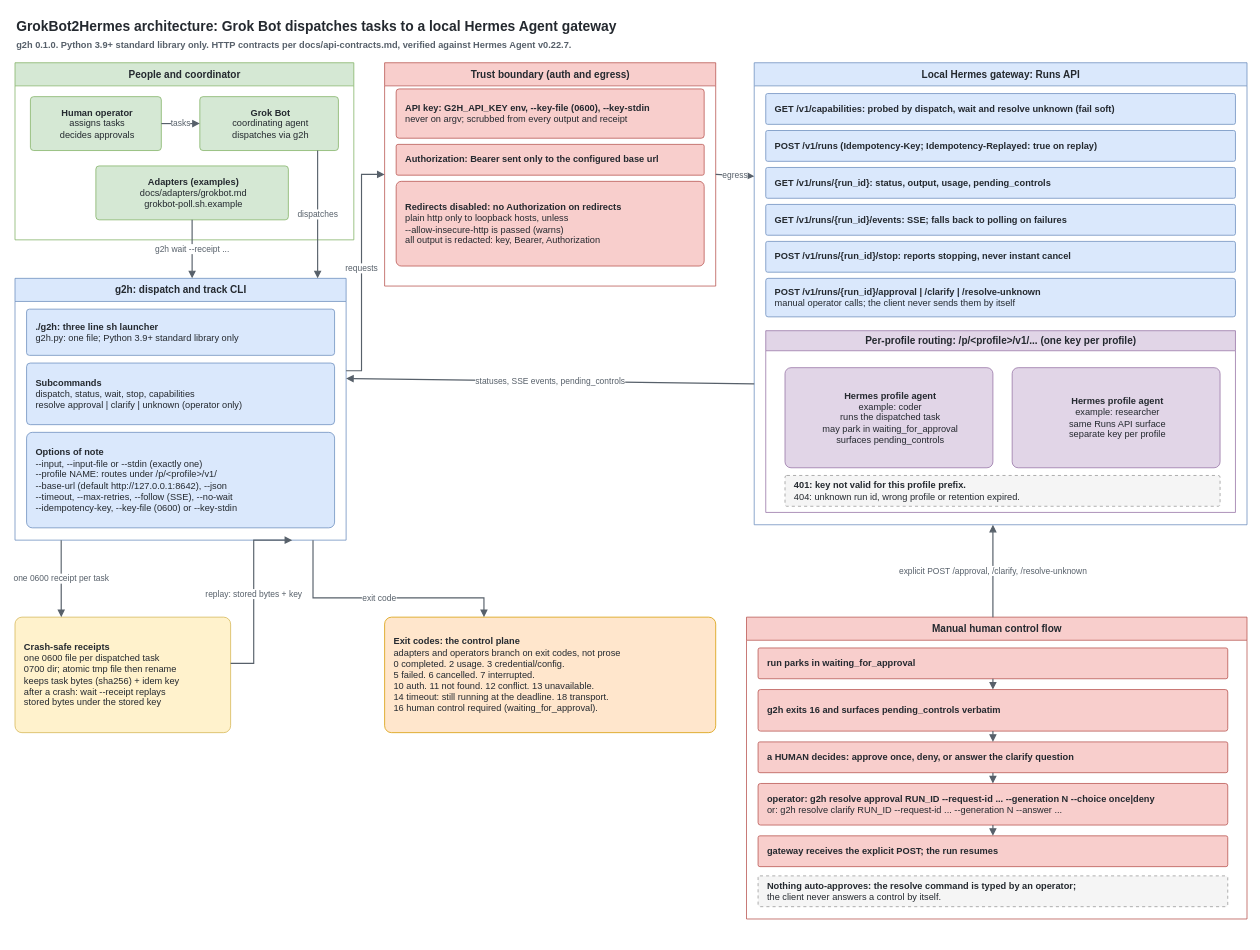
dziduchm/grokbot2hermes keeps this draw.io diagram as docs/architecture/grokbot2hermes.drawio. Above is the earlier version. Source tidied: cells renumbered, new cells numbered last; positions are measured from the earlier drawing's top-left corner, leaving out a move shared by most shapes. Both pictures are drawn from the tidied source at 77%, with x=0, y=0 at pixel (15, 13).
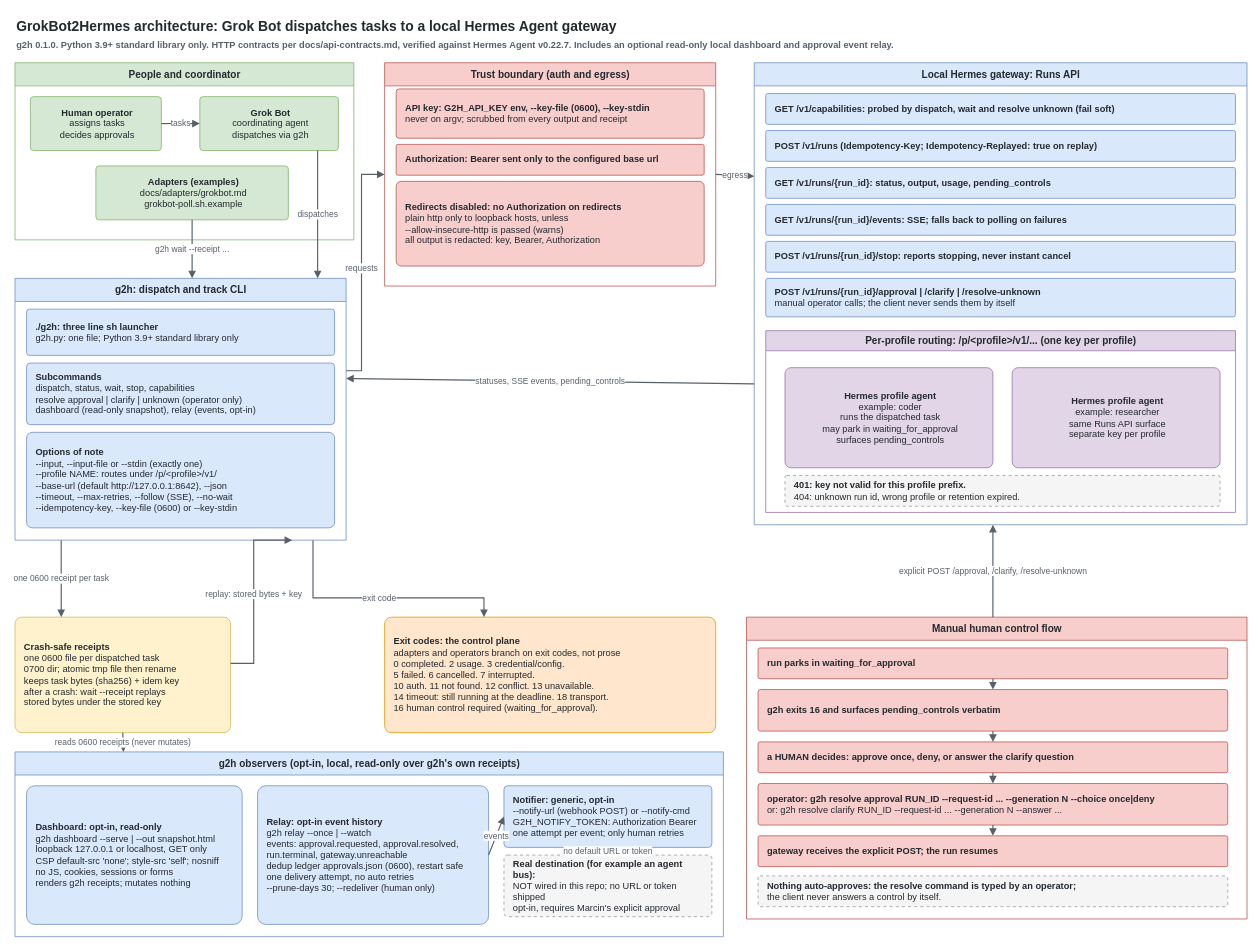
After the change.

Commit message (it also covers changes not shown here):
docs: dashboard, relay, ledger and notifier contracts; diagrams updated

The change refers to these unchanged cells:
```xml
<mxCell id="4" value="g2h: dispatch and track CLI" style="swimlane;html=1;startSize=30;fillColor=#dae8fc;swimlaneFillColor=#ffffff;strokeColor=#6c8ebf;fontColor=#24292f;fontSize=13;fontStyle=1;align=center;rounded=0;shadow=0;" parent="1" vertex="1">
  <mxGeometry y="344" width="430" height="340" as="geometry" />
</mxCell>
<mxCell id="27" value="&lt;b&gt;Crash-safe receipts&lt;/b&gt;&lt;br&gt;one 0600 file per dispatched task&lt;br&gt;0700 dir; atomic tmp file then rename&lt;br&gt;keeps task bytes (sha256) + idem key&lt;br&gt;after a crash: wait --receipt replays&lt;br&gt;stored bytes under the stored key" style="rounded=1;arcSize=6;html=1;whiteSpace=wrap;fillColor=#fff2cc;strokeColor=#d6b656;fontColor=#24292f;fontSize=12;align=left;verticalAlign=middle;spacingLeft=10;spacingRight=6;spacing=2;shadow=0;" parent="1" vertex="1">
  <mxGeometry y="784" width="280" height="150" as="geometry" />
</mxCell>
```

Change to the diagram source:
```diff
@@
-    <mxCell id="2" value="&lt;b&gt;GrokBot2Hermes architecture: Grok Bot dispatches tasks to a local Hermes Agent gateway&lt;/b&gt;&lt;br&gt;&lt;span style='font-size:12px;color:#57606a;'&gt;g2h 0.1.0. Python 3.9+ standard library only. HTTP contracts per docs/api-contracts.md, verified against Hermes Agent v0.22.7.&lt;/span&gt;" style="text;html=1;strokeColor=none;fillColor=none;align=left;verticalAlign=middle;fontColor=#24292f;fontSize=18;fontStyle=1;spacingLeft=0;" parent="1" vertex="1">
+    <mxCell id="2" value="&lt;b&gt;GrokBot2Hermes architecture: Grok Bot dispatches tasks to a local Hermes Agent gateway&lt;/b&gt;&lt;br&gt;&lt;span style='font-size:12px;color:#57606a;'&gt;g2h 0.1.0. Python 3.9+ standard library only. HTTP contracts per docs/api-contracts.md, verified against Hermes Agent v0.22.7. Includes an optional read-only local dashboard and approval event relay.&lt;/span&gt;" style="text;html=1;strokeColor=none;fillColor=none;align=left;verticalAlign=middle;fontColor=#24292f;fontSize=18;fontStyle=1;spacingLeft=0;" parent="1" vertex="1">
       <mxGeometry width="1240" height="56" as="geometry" />
     </mxCell>
@@
+    <mxCell id="49" value="g2h observers (opt-in, local, read-only over g2h's own receipts)" style="swimlane;html=1;startSize=30;fillColor=#dae8fc;swimlaneFillColor=#ffffff;strokeColor=#6c8ebf;fontColor=#24292f;fontSize=13;fontStyle=1;align=center;rounded=0;shadow=0;" parent="1" vertex="1">
+      <mxGeometry y="959" width="920" height="240" as="geometry" />
+    </mxCell>
@@
-    <mxCell id="13" value="&lt;b&gt;Subcommands&lt;/b&gt;&lt;br&gt;dispatch, status, wait, stop, capabilities&lt;br&gt;resolve approval | clarify | unknown (operator only)" style="rounded=1;arcSize=6;html=1;whiteSpace=wrap;fillColor=#dae8fc;strokeColor=#6c8ebf;fontColor=#24292f;fontSize=12;align=left;verticalAlign=middle;spacingLeft=10;spacingRight=6;spacing=2;shadow=0;" parent="4" vertex="1">
+    <mxCell id="13" value="&lt;b&gt;Subcommands&lt;/b&gt;&lt;br&gt;dispatch, status, wait, stop, capabilities&lt;br&gt;resolve approval | clarify | unknown (operator only)&lt;br&gt;dashboard (read-only snapshot), relay (events, opt-in)" style="rounded=1;arcSize=6;html=1;whiteSpace=wrap;fillColor=#dae8fc;strokeColor=#6c8ebf;fontColor=#24292f;fontSize=12;align=left;verticalAlign=middle;spacingLeft=10;spacingRight=6;spacing=2;shadow=0;" parent="4" vertex="1">
       <mxGeometry x="15" y="110" width="400" height="80" as="geometry" />
     </mxCell>
@@
+    <mxCell id="50" value="&lt;b&gt;Dashboard: opt-in, read-only&lt;/b&gt;&lt;br&gt;g2h dashboard --serve | --out snapshot.html&lt;br&gt;loopback 127.0.0.1 or localhost, GET only&lt;br&gt;CSP default-src 'none'; style-src 'self'; nosniff&lt;br&gt;no JS, cookies, sessions or forms&lt;br&gt;renders g2h receipts; mutates nothing" style="rounded=1;arcSize=6;html=1;whiteSpace=wrap;fillColor=#dae8fc;strokeColor=#6c8ebf;fontColor=#24292f;fontSize=12;align=left;verticalAlign=middle;spacingLeft=10;spacingRight=6;spacing=2;shadow=0;" parent="49" vertex="1">
+      <mxGeometry x="15" y="44" width="280" height="180" as="geometry" />
+    </mxCell>
+    <mxCell id="51" value="&lt;b&gt;Relay: opt-in event history&lt;/b&gt;&lt;br&gt;g2h relay --once | --watch&lt;br&gt;events: approval.requested, approval.resolved,&lt;br&gt;run.terminal, gateway.unreachable&lt;br&gt;dedup ledger approvals.json (0600), restart safe&lt;br&gt;one delivery attempt, no auto retries&lt;br&gt;--prune-days 30; --redeliver (human only)" style="rounded=1;arcSize=6;html=1;whiteSpace=wrap;fillColor=#dae8fc;strokeColor=#6c8ebf;fontColor=#24292f;fontSize=12;align=left;verticalAlign=middle;spacingLeft=10;spacingRight=6;spacing=2;shadow=0;" parent="49" vertex="1">
+      <mxGeometry x="315" y="44" width="300" height="180" as="geometry" />
+    </mxCell>
+    <mxCell id="52" value="&lt;b&gt;Notifier: generic, opt-in&lt;/b&gt;&lt;br&gt;--notify-url (webhook POST) or --notify-cmd&lt;br&gt;G2H_NOTIFY_TOKEN: Authorization Bearer&lt;br&gt;one attempt per event; only human retries" style="rounded=1;arcSize=6;html=1;whiteSpace=wrap;fillColor=#dae8fc;strokeColor=#6c8ebf;fontColor=#24292f;fontSize=12;align=left;verticalAlign=middle;spacingLeft=10;spacingRight=6;spacing=2;shadow=0;" parent="49" vertex="1">
+      <mxGeometry x="635" y="44" width="270" height="80" as="geometry" />
+    </mxCell>
+    <mxCell id="53" value="&lt;b&gt;Real destination (for example an agent bus):&lt;/b&gt;&lt;br&gt;NOT wired in this repo; no URL or token shipped&lt;br&gt;opt-in, requires Marcin's explicit approval" style="dashed=1;dashPattern=4 4;rounded=1;arcSize=6;html=1;whiteSpace=wrap;fillColor=#f5f5f5;strokeColor=#999999;fontColor=#24292f;fontSize=12;align=left;verticalAlign=middle;spacingLeft=10;spacingRight=6;spacing=2;shadow=0;" parent="49" vertex="1">
+      <mxGeometry x="635" y="134" width="270" height="80" as="geometry" />
+    </mxCell>
@@
+    <mxCell id="54" value="reads 0600 receipts (never mutates)" style="edgeStyle=none;html=1;rounded=0;curved=0;strokeColor=#57606a;strokeWidth=1.5;endArrow=block;endFill=1;startArrow=none;fontSize=11;fontColor=#57606a;labelBackgroundColor=#ffffff;exitX=0.5;exitY=1;entryX=0.153;entryY=0;exitDx=0;exitDy=0;entryDx=0;entryDy=0;" parent="1" edge="1" source="27" target="49">
+      <mxGeometry relative="1" as="geometry" />
+    </mxCell>
+    <mxCell id="55" value="events" style="edgeStyle=none;html=1;rounded=0;curved=0;strokeColor=#57606a;strokeWidth=1.5;endArrow=block;endFill=1;startArrow=none;fontSize=11;fontColor=#57606a;labelBackgroundColor=#ffffff;exitX=1;exitY=0.5;entryX=0;entryY=0.5;exitDx=0;exitDy=0;entryDx=0;entryDy=0;" parent="49" edge="1" source="51" target="52">
+      <mxGeometry relative="1" as="geometry" />
+    </mxCell>
+    <mxCell id="56" value="no default URL or token" style="edgeStyle=none;html=1;rounded=0;curved=0;dashed=1;dashPattern=4 4;strokeColor=#999999;strokeWidth=1.5;endArrow=block;endFill=1;startArrow=none;fontSize=11;fontColor=#57606a;labelBackgroundColor=#ffffff;exitX=0.5;exitY=1;entryX=0.5;entryY=0;exitDx=0;exitDy=0;entryDx=0;entryDy=0;" parent="49" edge="1" source="52" target="53">
+      <mxGeometry relative="1" as="geometry" />
+    </mxCell>
```
